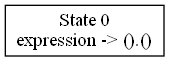
The Graphviz diagram lr0_graph.gv.png in EstebanAG1005/LaboratorioC-Lenguajes, before a commit. Its source is kept beside it as lr0_graph.gv.
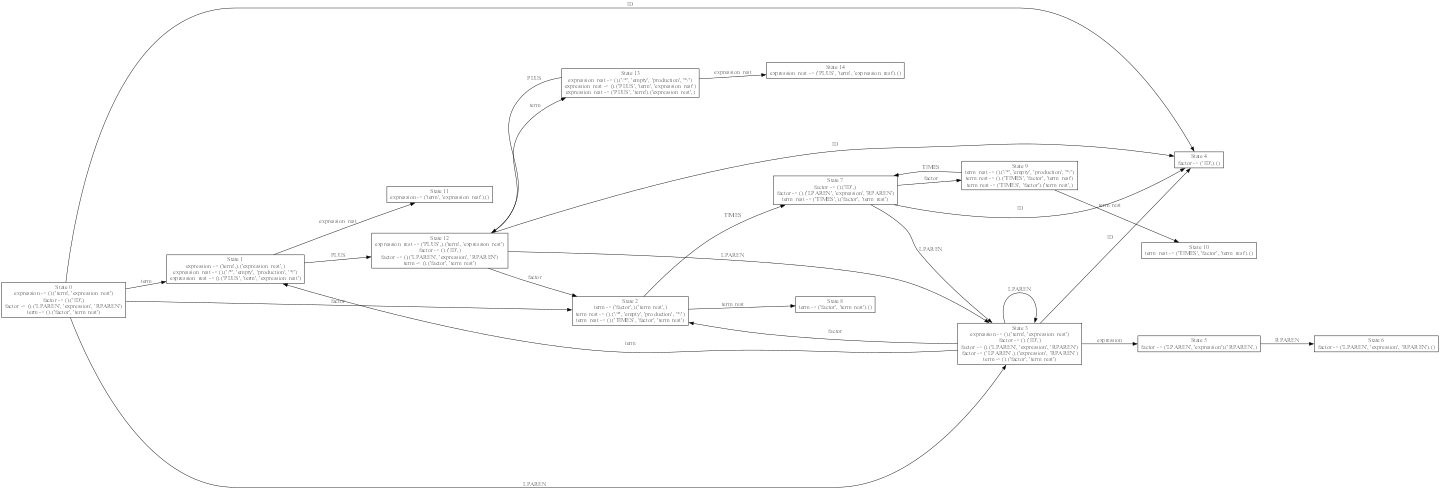
Later version of the same file.

The edit, as a diff of the source:
```diff
@@ -1,5 +1,81 @@
 digraph LR0 {
-	rankdir=LR size="8,5"
+	rankdir=LR size="15,10"
+	fontsize=14
+	ranksep=1
+	nodesep=1
 	0 [label="State 0
-expression -> ().()" shape=rectangle]
+expression -> ().('term', 'expression_rest')
+factor -> ().('ID',)
+factor -> ().('LPAREN', 'expression', 'RPAREN')
+term -> ().('factor', 'term_rest')" shape=rectangle]
+	1 [label="State 1
+term -> ('factor',).('term_rest',)
+term_rest -> ().('/*', 'empty', 'production', '*/')
+term_rest -> ().('TIMES', 'factor', 'term_rest')" shape=rectangle]
+	2 [label="State 2
+expression -> ('term',).('expression_rest',)
+expression_rest -> ().('/*', 'empty', 'production', '*/')
+expression_rest -> ().('PLUS', 'term', 'expression_rest')" shape=rectangle]
+	3 [label="State 3
+factor -> ('ID',).()" shape=rectangle]
+	4 [label="State 4
+expression -> ().('term', 'expression_rest')
+factor -> ().('ID',)
+factor -> ().('LPAREN', 'expression', 'RPAREN')
+factor -> ('LPAREN',).('expression', 'RPAREN')
+term -> ().('factor', 'term_rest')" shape=rectangle]
+	5 [label="State 5
+factor -> ('LPAREN', 'expression').('RPAREN',)" shape=rectangle]
+	6 [label="State 6
+factor -> ('LPAREN', 'expression', 'RPAREN').()" shape=rectangle]
+	7 [label="State 7
+expression -> ('term', 'expression_rest').()" shape=rectangle]
+	8 [label="State 8
+expression_rest -> ('PLUS',).('term', 'expression_rest')
+factor -> ().('ID',)
+factor -> ().('LPAREN', 'expression', 'RPAREN')
+term -> ().('factor', 'term_rest')" shape=rectangle]
+	9 [label="State 9
+expression_rest -> ().('/*', 'empty', 'production', '*/')
+expression_rest -> ().('PLUS', 'term', 'expression_rest')
+expression_rest -> ('PLUS', 'term').('expression_rest',)" shape=rectangle]
+	10 [label="State 10
+expression_rest -> ('PLUS', 'term', 'expression_rest').()" shape=rectangle]
+	11 [label="State 11
+term -> ('factor', 'term_rest').()" shape=rectangle]
+	12 [label="State 12
+factor -> ().('ID',)
+factor -> ().('LPAREN', 'expression', 'RPAREN')
+term_rest -> ('TIMES',).('factor', 'term_rest')" shape=rectangle]
+	13 [label="State 13
+term_rest -> ().('/*', 'empty', 'production', '*/')
+term_rest -> ().('TIMES', 'factor', 'term_rest')
+term_rest -> ('TIMES', 'factor').('term_rest',)" shape=rectangle]
+	14 [label="State 14
+term_rest -> ('TIMES', 'factor', 'term_rest').()" shape=rectangle]
+	0 -> 3 [label=ID]
+	0 -> 4 [label=LPAREN]
+	0 -> 1 [label=factor]
+	0 -> 2 [label=term]
+	1 -> 12 [label=TIMES]
+	1 -> 11 [label=term_rest]
+	2 -> 8 [label=PLUS]
+	2 -> 7 [label=expression_rest]
+	4 -> 3 [label=ID]
+	4 -> 4 [label=LPAREN]
+	4 -> 5 [label=expression]
+	4 -> 1 [label=factor]
+	4 -> 2 [label=term]
+	5 -> 6 [label=RPAREN]
+	8 -> 3 [label=ID]
+	8 -> 4 [label=LPAREN]
+	8 -> 1 [label=factor]
+	8 -> 9 [label=term]
+	9 -> 8 [label=PLUS]
+	9 -> 10 [label=expression_rest]
+	12 -> 3 [label=ID]
+	12 -> 4 [label=LPAREN]
+	12 -> 13 [label=factor]
+	13 -> 12 [label=TIMES]
+	13 -> 14 [label=term_rest]
 }
```
